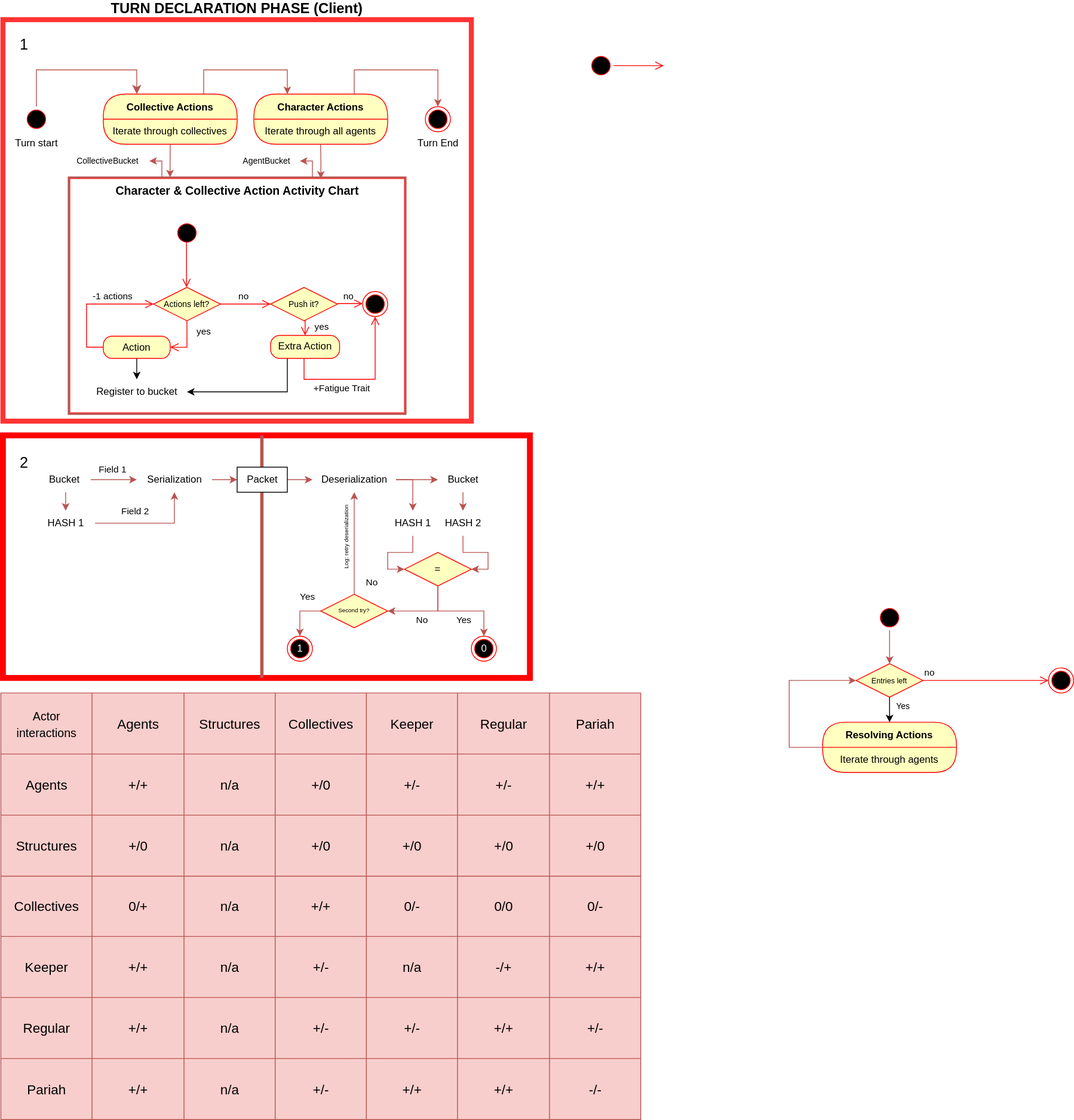
This is TheProspector/Assets/Schematics/Activity.svg from SakuNurmiranta/TheProspector, a draw.io export, as it was before one commit. Source tidied: cells renumbered, new cells last; positions are measured from the earlier drawing's top-left corner, leaving out a move shared by most shapes.
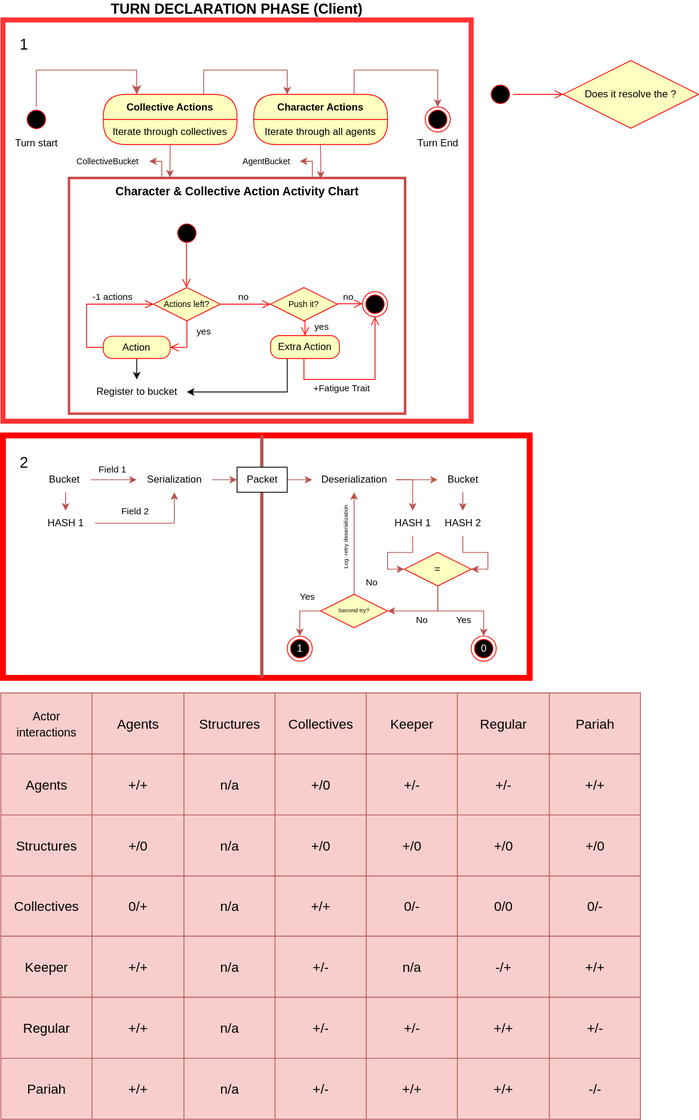
After the commit.

What changed in the source:
```diff
@@ -330,35 +330,6 @@
     <mxCell id="93" value="-/-" style="shape=partialRectangle;html=1;whiteSpace=wrap;strokeColor=inherit;overflow=hidden;fillColor=none;top=0;left=0;bottom=0;right=0;fontSize=16;" parent="86" vertex="1">
       <mxGeometry x="656" width="109" height="73" as="geometry" />
     </mxCell>
-    <mxCell id="94" style="edgeStyle=orthogonalEdgeStyle;rounded=0;jettySize=auto;html=1;fillColor=#f8cecc;strokeColor=#b85450;" parent="1" edge="1" source="95" target="98">
-      <mxGeometry relative="1" as="geometry" />
-    </mxCell>
-    <mxCell id="95" style="ellipse;html=1;shape=startState;fillColor=#000000;strokeColor=#ff0000;" parent="1" vertex="1">
-      <mxGeometry x="1047" y="700" width="30" height="30" as="geometry" />
-    </mxCell>
-    <mxCell id="96" style="edgeStyle=orthogonalEdgeStyle;rounded=0;jettySize=auto;html=1;entryX=0.5;entryY=0;entryDx=0;entryDy=0;" parent="1" edge="1" source="98" target="101">
-      <mxGeometry relative="1" as="geometry" />
-    </mxCell>
-    <mxCell id="97" value="Yes" style="edgeLabel;html=1;align=center;verticalAlign=middle;fontSize=10;" parent="96" vertex="1">
-      <mxGeometry x="-0.62" y="-2" relative="1" as="geometry">
-        <mxPoint x="17" as="offset" />
-      </mxGeometry>
-    </mxCell>
-    <mxCell id="98" value="&lt;font style=&quot;font-size: 9px;&quot;&gt;Entries left&lt;/font&gt;" style="rhombus;whiteSpace=wrap;html=1;fontColor=#000000;fillColor=#ffffc0;strokeColor=#ff0000;" parent="1" vertex="1">
-      <mxGeometry x="1022" y="770" width="80" height="40" as="geometry" />
-    </mxCell>
-    <mxCell id="99" value="no" style="edgeStyle=orthogonalEdgeStyle;html=1;align=left;verticalAlign=bottom;endArrow=open;endSize=8;strokeColor=#ff0000;rounded=0;" parent="1" edge="1" source="98" target="100">
-      <mxGeometry x="-1" relative="1" as="geometry" />
-    </mxCell>
-    <mxCell id="100" style="ellipse;html=1;shape=endState;fillColor=#000000;strokeColor=#ff0000;" parent="1" vertex="1">
-      <mxGeometry x="1252" y="775" width="30" height="30" as="geometry" />
-    </mxCell>
-    <mxCell id="101" value="Resolving Actions" style="swimlane;fontStyle=1;align=center;verticalAlign=middle;horizontal=1;startSize=30;fontColor=#000000;rounded=1;arcSize=30;strokeColor=#ff0000;fillColor=#ffffc0;swimlaneFillColor=#ffffc0;" parent="1" vertex="1">
-      <mxGeometry x="982" y="840" width="160" height="60" as="geometry" />
-    </mxCell>
-    <mxCell id="102" value="Iterate through agents" style="text;html=1;strokeColor=none;fillColor=none;align=center;verticalAlign=middle;spacingLeft=4;spacingRight=4;whiteSpace=wrap;overflow=hidden;fontColor=#000000;" parent="101" vertex="1">
-      <mxGeometry y="30" width="160" height="30" as="geometry" />
-    </mxCell>
     <mxCell id="103" value="CollectiveBucket" style="text;html=1;align=center;verticalAlign=middle;points=[];strokeColor=none;fillColor=none;fontSize=10;" parent="1" vertex="1">
       <mxGeometry x="77" y="154" width="100" height="30" as="geometry" />
     </mxCell>
@@ -526,24 +497,22 @@
     <mxCell id="145" value="1" style="text;html=1;align=center;verticalAlign=middle;points=[];strokeColor=none;fillColor=none;fontColor=#FFFFFF;" parent="107" vertex="1">
       <mxGeometry x="340" y="240" width="30" height="30" as="geometry" />
     </mxCell>
-    <mxCell id="146" style="edgeStyle=orthogonalEdgeStyle;rounded=0;jettySize=auto;html=1;entryX=0;entryY=0.5;entryDx=0;entryDy=0;fillColor=#f8cecc;strokeColor=#b85450;" parent="1" edge="1" source="101" target="98">
-      <mxGeometry relative="1" as="geometry">
-        <Array as="points">
-          <mxPoint x="942" y="870" />
-          <mxPoint x="942" y="790" />
-        </Array>
-      </mxGeometry>
-    </mxCell>
     <mxCell id="147" value="1&lt;br style=&quot;font-size: 18px;&quot;&gt;" style="text;html=1;align=center;verticalAlign=middle;strokeColor=none;fillColor=none;fontSize=18;" parent="1" vertex="1">
       <mxGeometry x="12" y="10" width="30" height="40" as="geometry" />
     </mxCell>
-    <mxCell id="148" style="ellipse;html=1;shape=startState;fillColor=#000000;strokeColor=#ff0000;rotation=-90;" parent="1" vertex="1">
-      <mxGeometry x="702" y="40" width="30" height="30" as="geometry" />
-    </mxCell>
+    <mxCell id="150" style="group;rotation=-90;" parent="1" vertex="1">
+      <mxGeometry x="612" y="44" width="30" height="90" as="geometry" />
+    </mxCell>
-    <mxCell id="149" style="edgeStyle=orthogonalEdgeStyle;html=1;verticalAlign=bottom;endArrow=open;endSize=8;strokeColor=#ff0000;rounded=0;" parent="1" edge="1" source="148">
-      <mxGeometry relative="1" as="geometry">
-        <mxPoint x="792" y="55" as="targetPoint" />
-      </mxGeometry>
+    <mxCell id="149" value="g" style="ellipse;html=1;shape=startState;fillColor=#000000;strokeColor=#ff0000;rotation=-90;" parent="150" vertex="1">
+      <mxGeometry x="-30" y="30" width="30" height="30" as="geometry" />
     </mxCell>
+    <mxCell id="151" style="edgeStyle=orthogonalEdgeStyle;html=1;verticalAlign=bottom;endArrow=open;endSize=8;strokeColor=#ff0000;rounded=0;" parent="150" edge="1" source="149">
+      <mxGeometry relative="1" as="geometry">
+        <mxPoint x="60" y="45" as="targetPoint" />
+      </mxGeometry>
+    </mxCell>
+    <mxCell id="152" value="Does it resolve the ?" style="rhombus;whiteSpace=wrap;html=1;fontColor=#000000;fillColor=#ffffc0;strokeColor=#ff0000;" parent="1" vertex="1">
+      <mxGeometry x="672" y="48.5" width="162" height="81" as="geometry" />
+    </mxCell>
   </root>
 </mxGraphModel>
```
